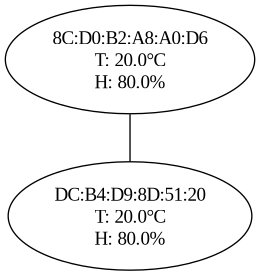
This is static/topology.png from s-blanco-dev/esp_mesh_topology, a Graphviz export, as it was before one commit. Its source is kept beside it as static/topology.dot.
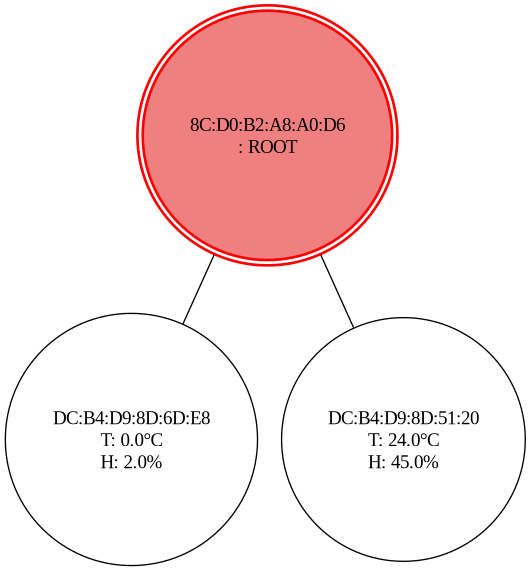
After the change.

What changed in the source:
```diff
@@ -1,16 +1,24 @@
 strict graph {
+    { rank=min; "8C:D0:B2:A8:A0:D6"; }
 
 
-	"8C:D0:B2:A8:A0:D6" [ label="8C:D0:B2:A8:A0:D6
-T: 20.0°C
-H: 80.0%",  weight=0 ];
+	"DC:B4:D9:8D:51:20" [ label="DC:B4:D9:8D:51:20
+T: 24.0°C
+H: 45.0%", shape="circle",  weight=0 ];
+
+	"DC:B4:D9:8D:51:20" -- "8C:D0:B2:A8:A0:D6" [  weight=0 ];
+
+	"8C:D0:B2:A8:A0:D6" [ color="red", fillcolor="lightcoral", label="8C:D0:B2:A8:A0:D6
+: ROOT", penwidth="2", shape="doublecircle", style="filled",  weight=0 ];
+
+	"8C:D0:B2:A8:A0:D6" -- "DC:B4:D9:8D:6D:E8" [  weight=0 ];
 
 	"8C:D0:B2:A8:A0:D6" -- "DC:B4:D9:8D:51:20" [  weight=0 ];
 
-	"DC:B4:D9:8D:51:20" [ label="DC:B4:D9:8D:51:20
-T: 20.0°C
-H: 80.0%",  weight=0 ];
+	"DC:B4:D9:8D:6D:E8" [ label="DC:B4:D9:8D:6D:E8
+T: 0.0°C
+H: 2.0%", shape="circle",  weight=0 ];
 
-	"DC:B4:D9:8D:51:20" -- "8C:D0:B2:A8:A0:D6" [  weight=0 ];
+	"DC:B4:D9:8D:6D:E8" -- "8C:D0:B2:A8:A0:D6" [  weight=0 ];
 
 }
```
